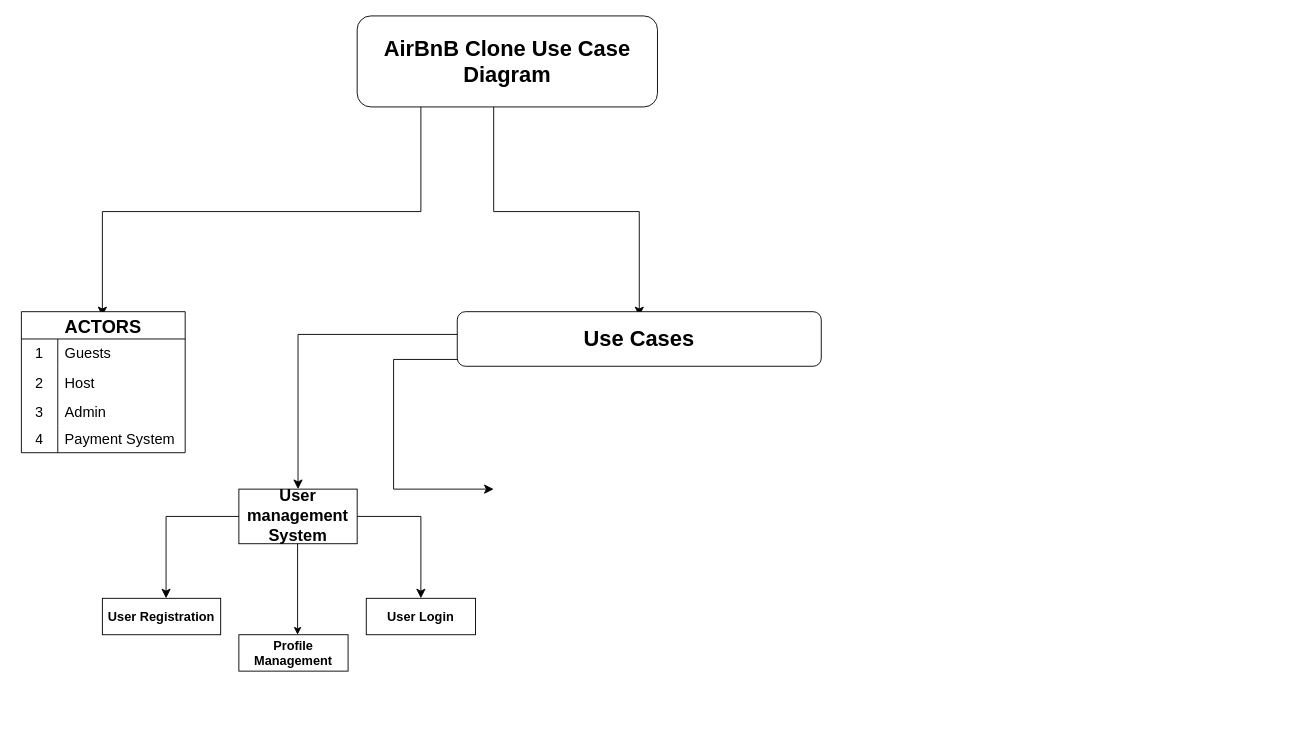
Sir-bastian/alx-airbnb-project-documentation keeps this draw.io diagram as use-case-diagram/Use-Case_diagram.drawio. Above is the earlier version. Source tidied: cells renumbered, new cells numbered last; positions are measured from the earlier drawing's top-left corner, leaving out a move shared by most shapes. Both pictures are drawn from the tidied source at 91%, with x=0, y=0 at pixel (21, 15).
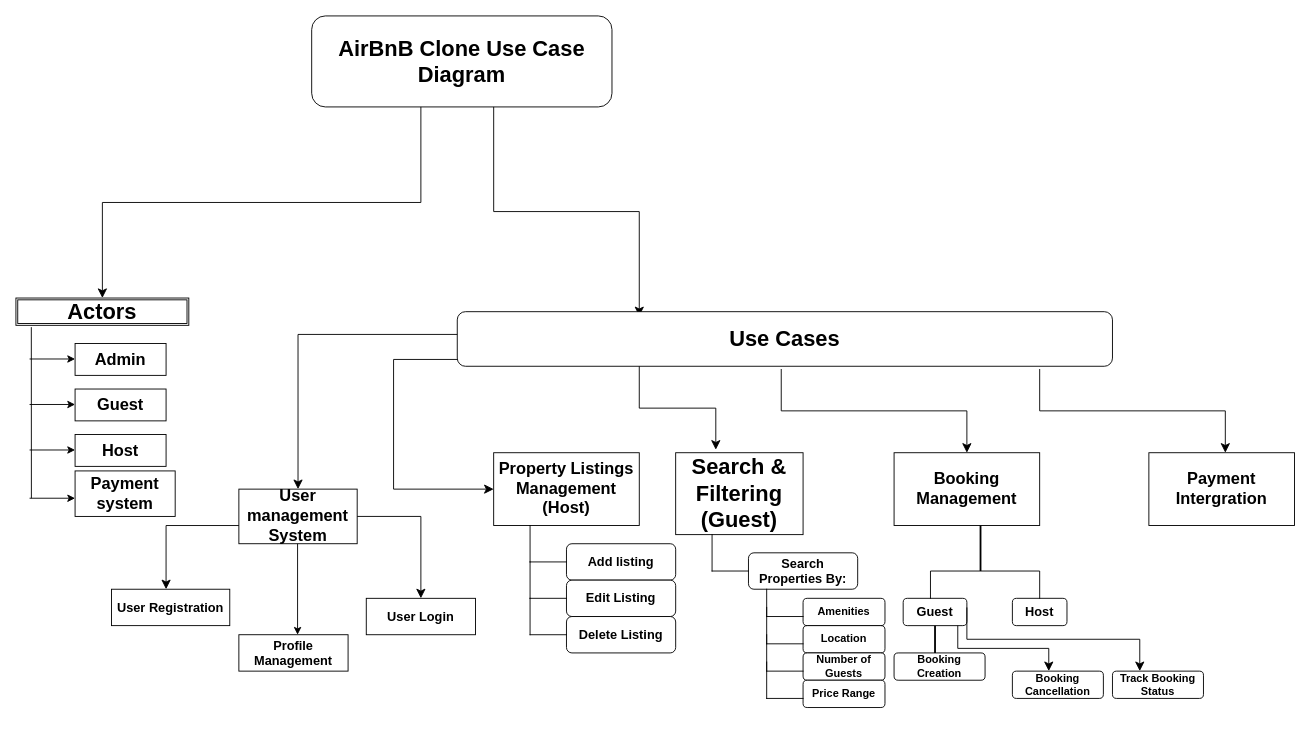
Above is the later version.

What changed in the source:
```diff
@@
     <mxCell id="2" value="&lt;h1&gt;AirBnB Clone Use Case Diagram&lt;/h1&gt;" style="rounded=1;whiteSpace=wrap;html=1;" parent="1" vertex="1">
-      <mxGeometry x="369" width="330" height="100" as="geometry" />
+      <mxGeometry x="319" width="330" height="100" as="geometry" />
     </mxCell>
@@
     <mxCell id="4" style="edgeStyle=elbowEdgeStyle;elbow=vertical;endArrow=classic;html=1;curved=0;rounded=0;endSize=8;startSize=8;" parent="1" edge="1">
       <mxGeometry relative="1" as="geometry">
         <mxPoint x="439" y="100" as="sourcePoint" />
-        <mxPoint x="89" y="330" as="targetPoint" />
+        <mxPoint x="89" y="310" as="targetPoint" />
       </mxGeometry>
     </mxCell>
-    <mxCell id="5" value="ACTORS" style="shape=table;startSize=30;childLayout=tableLayout;rowLines=0;fontStyle=1;strokeColor=default;fontSize=20;" parent="1" vertex="1">
-      <mxGeometry y="325" width="180" height="155" as="geometry" />
-    </mxCell>
-    <mxCell id="6" style="shape=tableRow;horizontal=0;startSize=0;swimlaneHead=0;swimlaneBody=0;top=0;left=0;bottom=0;right=0;fillColor=none;strokeColor=inherit;fontSize=16;" parent="5" vertex="1">
-      <mxGeometry y="30" width="180" height="30" as="geometry" />
-    </mxCell>
-    <mxCell id="7" value="1" style="shape=partialRectangle;html=1;whiteSpace=wrap;fillColor=none;top=0;left=0;bottom=0;right=0;overflow=hidden;strokeColor=inherit;fontSize=16;" parent="6" vertex="1">
-      <mxGeometry width="40" height="30" as="geometry" />
-    </mxCell>
-    <mxCell id="8" value="Guests" style="shape=partialRectangle;html=1;whiteSpace=wrap;fillColor=none;top=0;left=0;bottom=0;right=0;align=left;spacingLeft=6;overflow=hidden;strokeColor=inherit;fontSize=16;" parent="6" vertex="1">
-      <mxGeometry x="40" width="140" height="30" as="geometry" />
-    </mxCell>
-    <mxCell id="9" style="shape=tableRow;horizontal=0;startSize=0;swimlaneHead=0;swimlaneBody=0;top=0;left=0;bottom=0;right=0;fillColor=none;strokeColor=inherit;fontSize=16;" parent="5" vertex="1">
-      <mxGeometry y="60" width="180" height="35" as="geometry" />
-    </mxCell>
-    <mxCell id="10" value="2" style="shape=partialRectangle;html=1;whiteSpace=wrap;fillColor=none;top=0;left=0;bottom=0;right=0;overflow=hidden;strokeColor=inherit;fontSize=16;" parent="9" vertex="1">
-      <mxGeometry width="40" height="35" as="geometry" />
-    </mxCell>
-    <mxCell id="11" value="Host" style="shape=partialRectangle;html=1;whiteSpace=wrap;fillColor=none;top=0;left=0;bottom=0;right=0;align=left;spacingLeft=6;overflow=hidden;strokeColor=inherit;fontSize=16;" parent="9" vertex="1">
-      <mxGeometry x="40" width="140" height="35" as="geometry" />
-    </mxCell>
-    <mxCell id="12" style="shape=tableRow;horizontal=0;startSize=0;swimlaneHead=0;swimlaneBody=0;top=0;left=0;bottom=0;right=0;fillColor=none;strokeColor=inherit;fontSize=16;" parent="5" vertex="1">
-      <mxGeometry y="95" width="180" height="30" as="geometry" />
-    </mxCell>
-    <mxCell id="13" value="3" style="shape=partialRectangle;html=1;whiteSpace=wrap;fillColor=none;top=0;left=0;bottom=0;right=0;overflow=hidden;strokeColor=inherit;fontSize=16;" parent="12" vertex="1">
-      <mxGeometry width="40" height="30" as="geometry" />
-    </mxCell>
-    <mxCell id="14" value="Admin" style="shape=partialRectangle;html=1;whiteSpace=wrap;fillColor=none;top=0;left=0;bottom=0;right=0;align=left;spacingLeft=6;overflow=hidden;strokeColor=inherit;fontSize=16;" parent="12" vertex="1">
-      <mxGeometry x="40" width="140" height="30" as="geometry" />
-    </mxCell>
-    <mxCell id="15" style="shape=tableRow;horizontal=0;startSize=0;swimlaneHead=0;swimlaneBody=0;top=0;left=0;bottom=0;right=0;fillColor=none;strokeColor=inherit;fontSize=16;" parent="5" vertex="1">
-      <mxGeometry y="125" width="180" height="30" as="geometry" />
-    </mxCell>
-    <mxCell id="16" value="4" style="shape=partialRectangle;html=1;whiteSpace=wrap;fillColor=none;top=0;left=0;bottom=0;right=0;overflow=hidden;strokeColor=inherit;fontSize=16;" parent="15" vertex="1">
-      <mxGeometry width="40" height="30" as="geometry" />
-    </mxCell>
-    <mxCell id="17" value="Payment System" style="shape=partialRectangle;html=1;whiteSpace=wrap;fillColor=none;top=0;left=0;bottom=0;right=0;align=left;spacingLeft=6;overflow=hidden;strokeColor=inherit;fontSize=16;" parent="15" vertex="1">
-      <mxGeometry x="40" width="140" height="30" as="geometry" />
-    </mxCell>
     <mxCell id="18" value="&lt;h1&gt;Use Cases&lt;/h1&gt;" style="rounded=1;whiteSpace=wrap;html=1;" parent="1" vertex="1">
-      <mxGeometry x="479" y="325" width="400" height="60" as="geometry" />
+      <mxGeometry x="479" y="325" width="720" height="60" as="geometry" />
     </mxCell>
@@
     <mxCell id="22" style="edgeStyle=segmentEdgeStyle;endArrow=classic;html=1;curved=0;rounded=0;endSize=8;startSize=8;" parent="1" edge="1">
       <mxGeometry relative="1" as="geometry">
-        <mxPoint x="239" y="550" as="sourcePoint" />
-        <mxPoint x="159" y="640" as="targetPoint" />
+        <mxPoint x="239" y="560" as="sourcePoint" />
+        <mxPoint x="159" y="630" as="targetPoint" />
       </mxGeometry>
     </mxCell>
@@
     <mxCell id="27" value="&lt;h3&gt;User Registration&lt;/h3&gt;" style="rounded=0;whiteSpace=wrap;html=1;" parent="1" vertex="1">
-      <mxGeometry x="89" y="640" width="130" height="40" as="geometry" />
+      <mxGeometry x="99" y="630" width="130" height="40" as="geometry" />
     </mxCell>
+    <mxCell id="28" value="&lt;h1&gt;Actors&lt;/h1&gt;" style="shape=ext;double=1;rounded=0;whiteSpace=wrap;html=1;" parent="1" vertex="1">
+      <mxGeometry x="-6" y="310" width="190" height="30" as="geometry" />
+    </mxCell>
+    <mxCell id="14" value="&lt;h2&gt;Admin&lt;/h2&gt;" style="rounded=0;whiteSpace=wrap;html=1;" parent="1" vertex="1">
+      <mxGeometry x="59" y="360" width="100" height="35" as="geometry" />
+    </mxCell>
+    <mxCell id="29" value="&lt;h2&gt;Guest&lt;/h2&gt;" style="rounded=0;whiteSpace=wrap;html=1;" parent="1" vertex="1">
+      <mxGeometry x="59" y="410" width="100" height="35" as="geometry" />
+    </mxCell>
+    <mxCell id="30" value="&lt;h2&gt;Host&lt;/h2&gt;" style="rounded=0;whiteSpace=wrap;html=1;" parent="1" vertex="1">
+      <mxGeometry x="59" y="460" width="100" height="35" as="geometry" />
+    </mxCell>
+    <mxCell id="31" value="&lt;h2&gt;Payment system&lt;/h2&gt;" style="rounded=0;whiteSpace=wrap;html=1;" parent="1" vertex="1">
+      <mxGeometry x="59" y="500" width="110" height="50" as="geometry" />
+    </mxCell>
+    <mxCell id="32" style="endArrow=none;html=1;rounded=0;entryX=0.089;entryY=1.067;entryDx=0;entryDy=0;entryPerimeter=0;" parent="1" edge="1" target="28">
+      <mxGeometry relative="1" as="geometry">
+        <mxPoint x="11" y="530" as="sourcePoint" />
+      </mxGeometry>
+    </mxCell>
+    <mxCell id="33" style="endArrow=classic;html=1;rounded=0;" parent="1" edge="1">
+      <mxGeometry relative="1" as="geometry">
+        <mxPoint x="9" y="530" as="sourcePoint" />
+        <mxPoint x="59" y="530" as="targetPoint" />
+      </mxGeometry>
+    </mxCell>
+    <mxCell id="34" style="endArrow=classic;html=1;rounded=0;" parent="1" edge="1">
+      <mxGeometry relative="1" as="geometry">
+        <mxPoint x="9" y="477" as="sourcePoint" />
+        <mxPoint x="59" y="477" as="targetPoint" />
+      </mxGeometry>
+    </mxCell>
+    <mxCell id="35" style="endArrow=classic;html=1;rounded=0;" parent="1" edge="1">
+      <mxGeometry relative="1" as="geometry">
+        <mxPoint x="9" y="427" as="sourcePoint" />
+        <mxPoint x="59" y="427" as="targetPoint" />
+      </mxGeometry>
+    </mxCell>
+    <mxCell id="36" style="endArrow=classic;html=1;rounded=0;" parent="1" edge="1">
+      <mxGeometry relative="1" as="geometry">
+        <mxPoint x="9" y="377" as="sourcePoint" />
+        <mxPoint x="59" y="377" as="targetPoint" />
+      </mxGeometry>
+    </mxCell>
+    <mxCell id="37" value="&lt;h2&gt;Property Listings Management (Host)&lt;/h2&gt;" style="rounded=0;whiteSpace=wrap;html=1;" parent="1" vertex="1">
+      <mxGeometry x="519" y="480" width="160" height="80" as="geometry" />
+    </mxCell>
+    <mxCell id="38" value="&lt;h3&gt;Add listing&lt;/h3&gt;" style="rounded=1;whiteSpace=wrap;html=1;" parent="1" vertex="1">
+      <mxGeometry x="599" y="580" width="120" height="40" as="geometry" />
+    </mxCell>
+    <mxCell id="39" value="&lt;h3&gt;Edit Listing&lt;/h3&gt;" style="rounded=1;whiteSpace=wrap;html=1;" parent="1" vertex="1">
+      <mxGeometry x="599" y="620" width="120" height="40" as="geometry" />
+    </mxCell>
+    <mxCell id="40" value="&lt;h3&gt;Delete Listing&lt;/h3&gt;" style="rounded=1;whiteSpace=wrap;html=1;" parent="1" vertex="1">
+      <mxGeometry x="599" y="660" width="120" height="40" as="geometry" />
+    </mxCell>
+    <mxCell id="41" style="shape=partialRectangle;whiteSpace=wrap;html=1;bottom=0;right=0;fillColor=none;direction=north;" parent="1" vertex="1">
+      <mxGeometry x="559" y="560" width="40" height="40" as="geometry" />
+    </mxCell>
+    <mxCell id="42" style="shape=partialRectangle;whiteSpace=wrap;html=1;bottom=0;right=0;fillColor=none;direction=north;" parent="1" vertex="1">
+      <mxGeometry x="559" y="600" width="40" height="40" as="geometry" />
+    </mxCell>
+    <mxCell id="43" style="shape=partialRectangle;whiteSpace=wrap;html=1;bottom=0;right=0;fillColor=none;direction=north;" parent="1" vertex="1">
+      <mxGeometry x="559" y="640" width="40" height="40" as="geometry" />
+    </mxCell>
+    <mxCell id="44" value="&lt;h1&gt;Search &amp;amp; Filtering (Guest)&lt;/h1&gt;" style="rounded=0;whiteSpace=wrap;html=1;" parent="1" vertex="1">
+      <mxGeometry x="719" y="480" width="140" height="90" as="geometry" />
+    </mxCell>
+    <mxCell id="45" style="edgeStyle=elbowEdgeStyle;elbow=vertical;endArrow=classic;html=1;curved=0;rounded=0;endSize=8;startSize=8;entryX=0.315;entryY=-0.037;entryDx=0;entryDy=0;entryPerimeter=0;" parent="1" edge="1" target="44">
+      <mxGeometry relative="1" as="geometry">
+        <mxPoint x="679" y="385" as="sourcePoint" />
+      </mxGeometry>
+    </mxCell>
+    <mxCell id="46" value="&lt;h3&gt;Search Properties By:&lt;/h3&gt;" style="rounded=1;whiteSpace=wrap;html=1;" parent="1" vertex="1">
+      <mxGeometry x="799" y="590" width="120" height="40" as="geometry" />
+    </mxCell>
+    <mxCell id="47" style="shape=partialRectangle;whiteSpace=wrap;html=1;bottom=0;right=0;fillColor=none;direction=north;" parent="1" vertex="1">
+      <mxGeometry x="759" y="570" width="40" height="40" as="geometry" />
+    </mxCell>
+    <mxCell id="48" value="&lt;h4&gt;Amenities&lt;/h4&gt;" style="rounded=1;whiteSpace=wrap;html=1;" parent="1" vertex="1">
+      <mxGeometry x="859" y="640" width="90" height="30" as="geometry" />
+    </mxCell>
+    <mxCell id="49" style="shape=partialRectangle;whiteSpace=wrap;html=1;bottom=0;right=0;fillColor=none;direction=north;" parent="1" vertex="1">
+      <mxGeometry x="819" y="630" width="40" height="30" as="geometry" />
+    </mxCell>
+    <mxCell id="50" value="&lt;h4&gt;Location&lt;/h4&gt;" style="rounded=1;whiteSpace=wrap;html=1;" parent="1" vertex="1">
+      <mxGeometry x="859" y="670" width="90" height="30" as="geometry" />
+    </mxCell>
+    <mxCell id="51" value="&lt;h4&gt;Number of Guests&lt;/h4&gt;" style="rounded=1;whiteSpace=wrap;html=1;" parent="1" vertex="1">
+      <mxGeometry x="859" y="700" width="90" height="30" as="geometry" />
+    </mxCell>
+    <mxCell id="52" value="&lt;h4&gt;Price Range&lt;/h4&gt;" style="rounded=1;whiteSpace=wrap;html=1;" parent="1" vertex="1">
+      <mxGeometry x="859" y="730" width="90" height="30" as="geometry" />
+    </mxCell>
+    <mxCell id="53" style="shape=partialRectangle;whiteSpace=wrap;html=1;bottom=0;right=0;fillColor=none;direction=north;" parent="1" vertex="1">
+      <mxGeometry x="819" y="650" width="40" height="40" as="geometry" />
+    </mxCell>
+    <mxCell id="54" style="shape=partialRectangle;whiteSpace=wrap;html=1;bottom=0;right=0;fillColor=none;direction=north;" parent="1" vertex="1">
+      <mxGeometry x="819" y="680" width="40" height="40" as="geometry" />
+    </mxCell>
+    <mxCell id="55" style="shape=partialRectangle;whiteSpace=wrap;html=1;bottom=0;right=0;fillColor=none;direction=north;" parent="1" vertex="1">
+      <mxGeometry x="819" y="710" width="40" height="40" as="geometry" />
+    </mxCell>
+    <mxCell id="56" value="&lt;h2&gt;Booking Management&lt;/h2&gt;" style="rounded=0;whiteSpace=wrap;html=1;" parent="1" vertex="1">
+      <mxGeometry x="959" y="480" width="160" height="80" as="geometry" />
+    </mxCell>
+    <mxCell id="57" style="edgeStyle=elbowEdgeStyle;elbow=vertical;endArrow=classic;html=1;curved=0;rounded=0;endSize=8;startSize=8;entryX=0.5;entryY=0;entryDx=0;entryDy=0;" parent="1" edge="1" target="56">
+      <mxGeometry relative="1" as="geometry">
+        <mxPoint x="835" y="388" as="sourcePoint" />
+      </mxGeometry>
+    </mxCell>
+    <mxCell id="58" value="&lt;h3&gt;Guest&lt;/h3&gt;" style="rounded=1;whiteSpace=wrap;html=1;" parent="1" vertex="1">
+      <mxGeometry x="969" y="640" width="70" height="30" as="geometry" />
+    </mxCell>
+    <mxCell id="59" value="&lt;h3&gt;Host&lt;/h3&gt;" style="rounded=1;whiteSpace=wrap;html=1;" parent="1" vertex="1">
+      <mxGeometry x="1089" y="640" width="60" height="30" as="geometry" />
+    </mxCell>
+    <mxCell id="60" style="shape=partialRectangle;whiteSpace=wrap;html=1;bottom=1;right=1;left=1;top=0;fillColor=none;routingCenterX=-0.5;direction=west;" parent="1" vertex="1">
+      <mxGeometry x="999" y="610" width="120" height="30" as="geometry" />
+    </mxCell>
+    <mxCell id="61" style="line;strokeWidth=2;direction=south;html=1;" parent="1" vertex="1">
+      <mxGeometry x="1049" y="560" width="10" height="50" as="geometry" />
+    </mxCell>
+    <mxCell id="62" value="&lt;h4&gt;Booking Creation&lt;/h4&gt;" style="rounded=1;whiteSpace=wrap;html=1;" parent="1" vertex="1">
+      <mxGeometry x="959" y="700" width="100" height="30" as="geometry" />
+    </mxCell>
+    <mxCell id="63" style="line;strokeWidth=2;direction=south;html=1;" parent="1" vertex="1">
+      <mxGeometry x="999" y="670" width="10" height="30" as="geometry" />
+    </mxCell>
+    <mxCell id="64" style="edgeStyle=elbowEdgeStyle;elbow=vertical;endArrow=classic;html=1;curved=0;rounded=0;endSize=8;startSize=8;" parent="1" edge="1">
+      <mxGeometry relative="1" as="geometry">
+        <mxPoint x="1029" y="670" as="sourcePoint" />
+        <mxPoint x="1129" y="720" as="targetPoint" />
+      </mxGeometry>
+    </mxCell>
+    <mxCell id="65" value="&lt;h4&gt;Booking Cancellation&lt;/h4&gt;" style="rounded=1;whiteSpace=wrap;html=1;" parent="1" vertex="1">
+      <mxGeometry x="1089" y="720" width="100" height="30" as="geometry" />
+    </mxCell>
+    <mxCell id="66" style="edgeStyle=elbowEdgeStyle;elbow=vertical;endArrow=classic;html=1;curved=0;rounded=0;endSize=8;startSize=8;" parent="1" edge="1">
+      <mxGeometry relative="1" as="geometry">
+        <mxPoint x="1039" y="650" as="sourcePoint" />
+        <mxPoint x="1229" y="720" as="targetPoint" />
+      </mxGeometry>
+    </mxCell>
+    <mxCell id="67" value="&lt;h4&gt;Track Booking Status&lt;/h4&gt;" style="rounded=1;whiteSpace=wrap;html=1;" parent="1" vertex="1">
+      <mxGeometry x="1199" y="720" width="100" height="30" as="geometry" />
+    </mxCell>
+    <mxCell id="68" style="edgeStyle=elbowEdgeStyle;elbow=vertical;endArrow=classic;html=1;curved=0;rounded=0;endSize=8;startSize=8;entryX=0.5;entryY=0;entryDx=0;entryDy=0;" parent="1" edge="1">
+      <mxGeometry relative="1" as="geometry">
+        <mxPoint x="1119" y="388" as="sourcePoint" />
+        <mxPoint x="1323" y="480" as="targetPoint" />
+      </mxGeometry>
+    </mxCell>
+    <mxCell id="69" value="&lt;h2&gt;Payment Intergration&lt;/h2&gt;" style="rounded=0;whiteSpace=wrap;html=1;" parent="1" vertex="1">
+      <mxGeometry x="1239" y="480" width="160" height="80" as="geometry" />
+    </mxCell>
```
